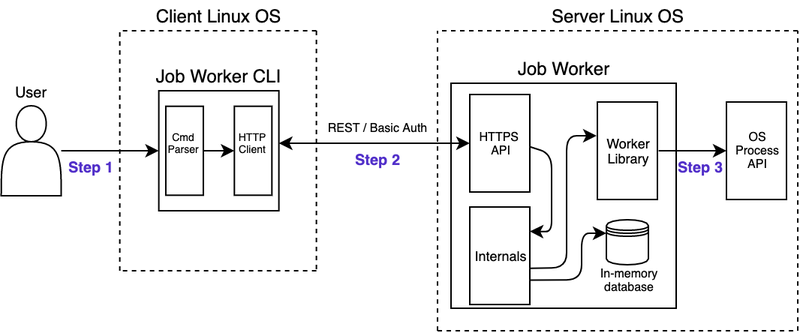
Above: assets/images/architecture.png in lucasbfernandes/job-worker (draw.io), before the change. Source tidied: cells renumbered, new cells last; positions are measured from the earlier drawing's top-left corner, leaving out a move shared by most shapes.
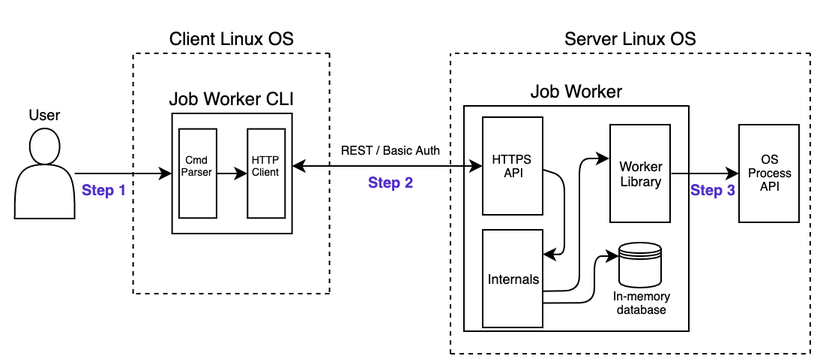
After the change.

Commit message:
adding white background

Change to the diagram source:
```diff
@@ -2,10 +2,13 @@
   <root>
     <mxCell id="0" />
     <mxCell id="1" parent="0" />
+    <mxCell id="43" style="rounded=0;whiteSpace=wrap;html=1;labelBackgroundColor=none;fontSize=8;fontColor=#000000;fillColor=#ffffff;strokeColor=#FFFFFF;" parent="1" vertex="1">
+      <mxGeometry x="-9" y="-15" width="550" height="240" as="geometry" />
+    </mxCell>
     <mxCell id="2" style="edgeStyle=orthogonalEdgeStyle;rounded=0;jettySize=auto;html=1;entryX=0;entryY=0.5;entryDx=0;entryDy=0;" parent="1" edge="1" source="3" target="4">
       <mxGeometry relative="1" as="geometry" />
     </mxCell>
-    <mxCell id="3" style="shape=actor;whiteSpace=wrap;html=1;fillColor=none;" parent="1" vertex="1">
+    <mxCell id="3" style="shape=actor;whiteSpace=wrap;html=1;" parent="1" vertex="1">
       <mxGeometry x="0.3" y="70" width="40" height="60" as="geometry" />
     </mxCell>
     <mxCell id="4" style="whiteSpace=wrap;html=1;labelBackgroundColor=none;fillColor=none;" parent="1" vertex="1">
```
